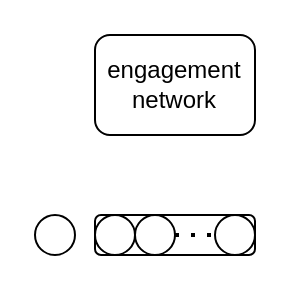
Earlier version of the draw.io diagram Untitled Diagram.drawio (jlinleung/Cheatsheets). Source tidied: cells renumbered, new cells numbered last; positions are measured from the earlier drawing's top-left corner, leaving out a move shared by most shapes. Both pictures are drawn from the tidied source at 200%, with x=0, y=0 at pixel (34, 34).
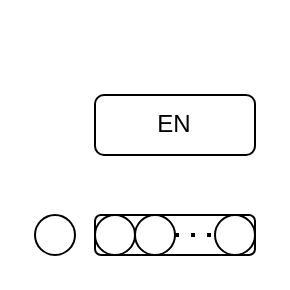
The same page after the edit.

Commit message:
modify engagement network Diagram.drawio

The edit, as a diff of the source:
```diff
@@
 <mxGraphModel>
   <root>
     <mxCell id="0" />
     <mxCell id="1" parent="0" />
     <mxCell id="2" style="rounded=1;whiteSpace=wrap;html=1;" parent="1" vertex="1">
       <mxGeometry x="30" y="90" width="80" height="20" as="geometry" />
     </mxCell>
     <mxCell id="3" style="ellipse;whiteSpace=wrap;html=1;" parent="1" vertex="1">
       <mxGeometry y="90" width="20" height="20" as="geometry" />
     </mxCell>
     <mxCell id="4" style="ellipse;whiteSpace=wrap;html=1;" parent="1" vertex="1">
       <mxGeometry x="30" y="90" width="20" height="20" as="geometry" />
     </mxCell>
     <mxCell id="5" style="ellipse;whiteSpace=wrap;html=1;" parent="1" vertex="1">
       <mxGeometry x="50" y="90" width="20" height="20" as="geometry" />
     </mxCell>
     <mxCell id="6" style="ellipse;whiteSpace=wrap;html=1;" parent="1" vertex="1">
       <mxGeometry x="90" y="90" width="20" height="20" as="geometry" />
     </mxCell>
     <mxCell id="7" style="endArrow=none;dashed=1;html=1;dashPattern=1 3;strokeWidth=2;exitX=1;exitY=0.5;exitDx=0;exitDy=0;entryX=0;entryY=0.5;entryDx=0;entryDy=0;" parent="1" edge="1" source="5" target="6">
       <mxGeometry relative="1" as="geometry" />
     </mxCell>
-    <mxCell id="8" value="engagement network" style="rounded=1;whiteSpace=wrap;html=1;" parent="1" vertex="1">
-      <mxGeometry x="30" width="80" height="50" as="geometry" />
+    <mxCell id="8" value="EN" style="rounded=1;whiteSpace=wrap;html=1;" parent="1" vertex="1">
+      <mxGeometry x="30" y="30" width="80" height="30" as="geometry" />
     </mxCell>
   </root>
 </mxGraphModel>
```
